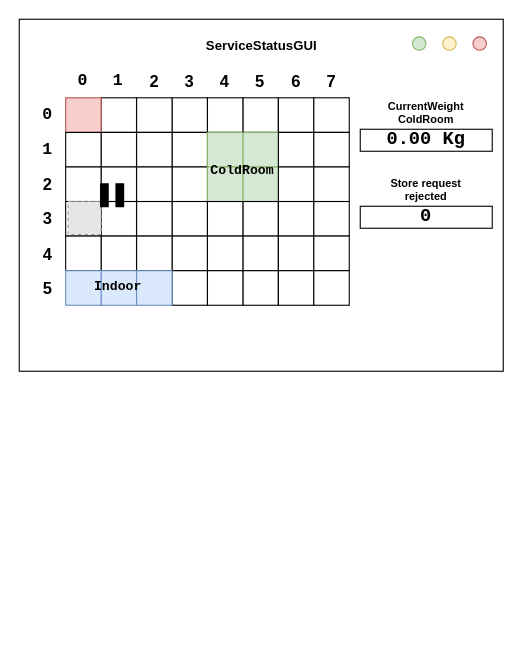
Above: Sprint0/userDocs/resources/draw/thirdGUI.drawio in LEOB3TA/ColdStorageService-Project (draw.io), before the change. Source tidied: cells renumbered, new cells numbered last; positions are measured from the earlier drawing's top-left corner, leaving out a move shared by most shapes. Both pictures are drawn from the tidied source at 110%, with x=0, y=0 at pixel (19, 19). Pictures stored in the file or linked from it are replaced by grey dashed boxes.
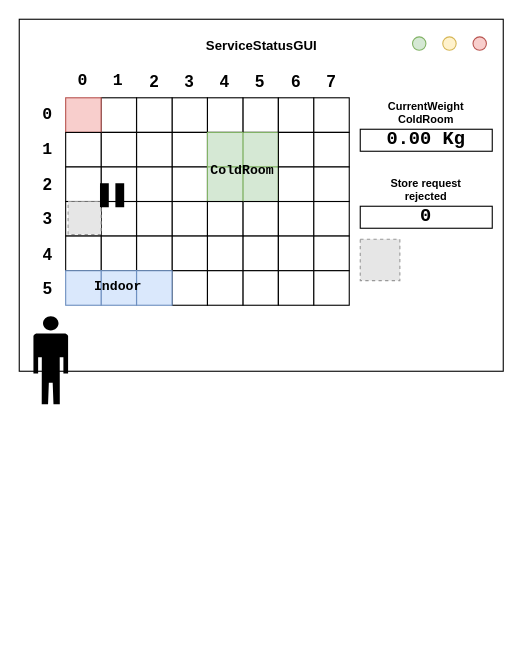
The same diagram, later.

Unchanged cells that the change refers to:
```xml
<mxCell id="2" style="group;" parent="1" vertex="1">
  <mxGeometry width="440" height="560" as="geometry" />
</mxCell>
<mxCell id="8" style="group;" parent="2" vertex="1">
  <mxGeometry x="10" y="40" width="420" height="520" as="geometry" />
</mxCell>
```

What changed in the source:
```diff
@@
+    <mxCell id="79" style="shape=mxgraph.signs.people.man_2;html=1;fillColor=#000000;strokeColor=none;verticalLabelPosition=bottom;verticalAlign=top;align=center;" parent="8" vertex="1">
+      <mxGeometry x="2.9" y="230" width="31.5" height="80" as="geometry" />
+    </mxCell>
@@
+    <mxCell id="80" style="fillColor=#E6E6E6;strokeColor=#999999;dashed=1;verticalLabelPosition=bottom;labelBackgroundColor=default;verticalAlign=top;" parent="2" vertex="1">
+      <mxGeometry x="310" y="200" width="36" height="37.6" as="geometry" />
+    </mxCell>
```
